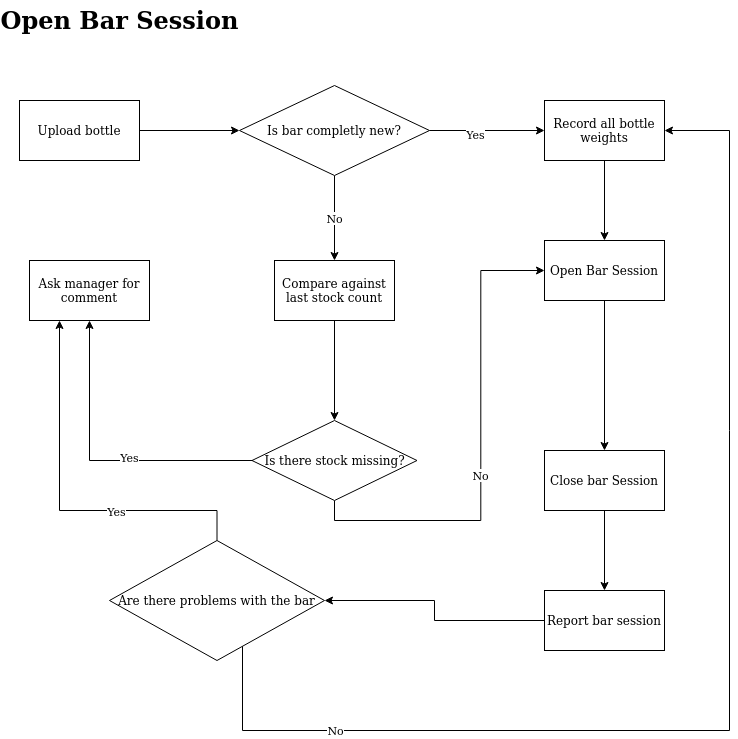
jake4327/Fundamental_Project keeps this draw.io diagram as images/pour_spirit-Bar session.png. Above is the earlier version. Source tidied: cells renumbered, new cells last; positions are measured from the earlier drawing's top-left corner, leaving out a move shared by most shapes.
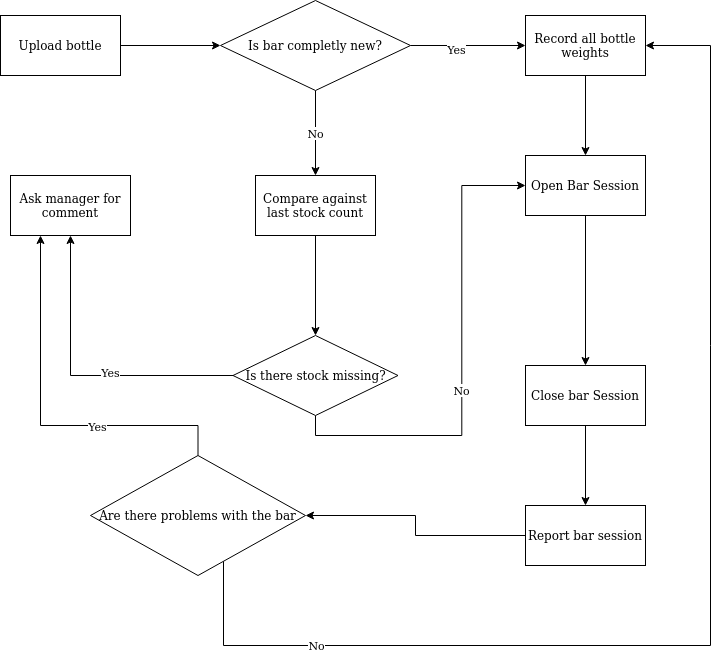
After the change.

Change to the diagram source:
```diff
@@ -2,9 +2,6 @@
   <root>
     <mxCell id="0" />
     <mxCell id="1" parent="0" />
-    <mxCell id="2" value="Open Bar Session" style="text;strokeColor=none;fillColor=none;html=1;fontSize=24;fontStyle=1;verticalAlign=middle;align=center;" parent="1" vertex="1">
-      <mxGeometry x="50" width="100" height="40" as="geometry" />
-    </mxCell>
     <mxCell id="3" style="edgeStyle=orthogonalEdgeStyle;rounded=0;jettySize=auto;html=1;strokeColor=#000000;" parent="1" edge="1" source="4" target="8">
       <mxGeometry relative="1" as="geometry" />
     </mxCell>
```
